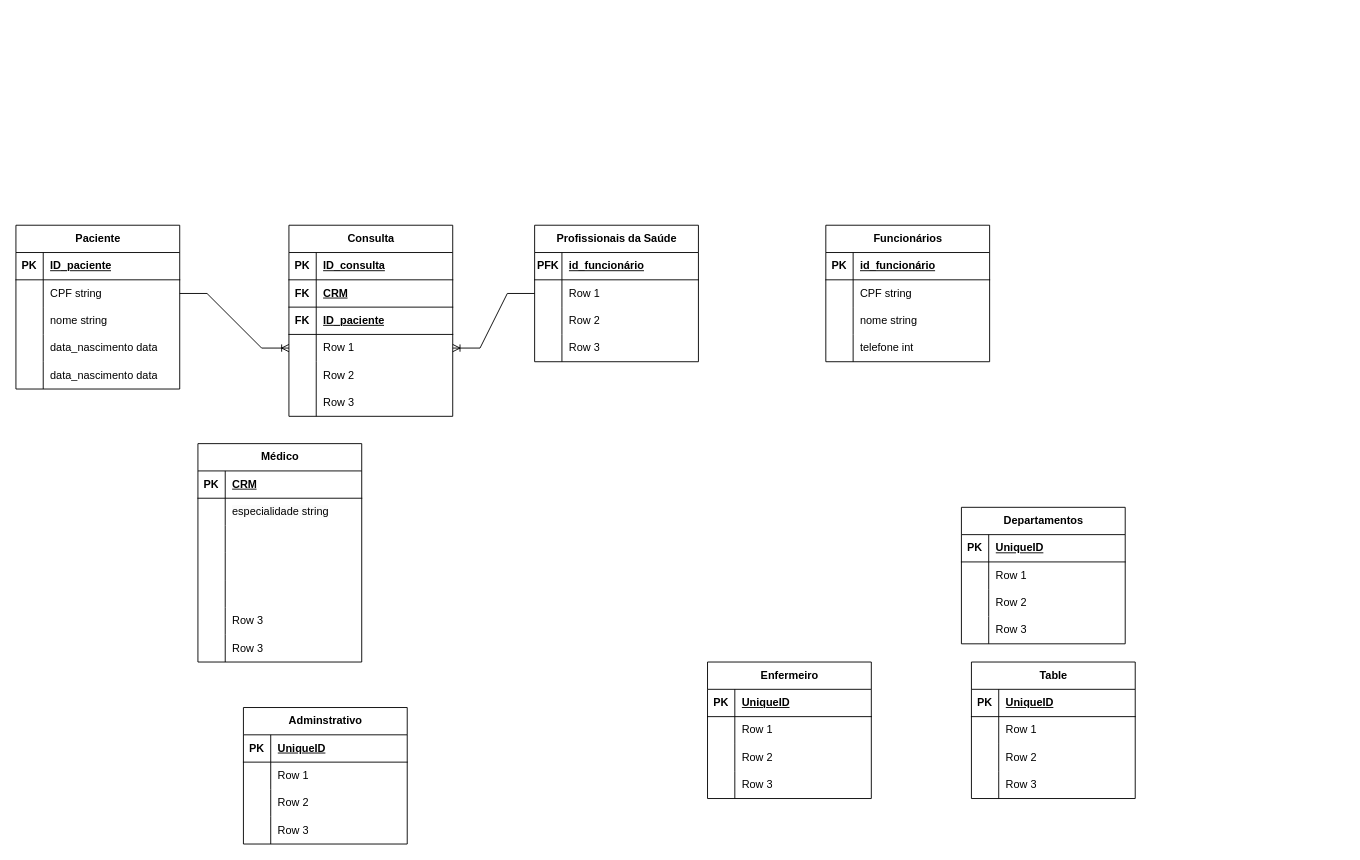
rafasilva9537/projeto_Hospital_BD keeps this draw.io diagram as Modelo Relacional/Modelo Lógico.drawio. Above is the earlier version. Source tidied: cells renumbered, new cells numbered last; positions are measured from the earlier drawing's top-left corner, leaving out a move shared by most shapes. Both pictures are drawn from the tidied source at 91%, with x=0, y=0 at pixel (15, 225).
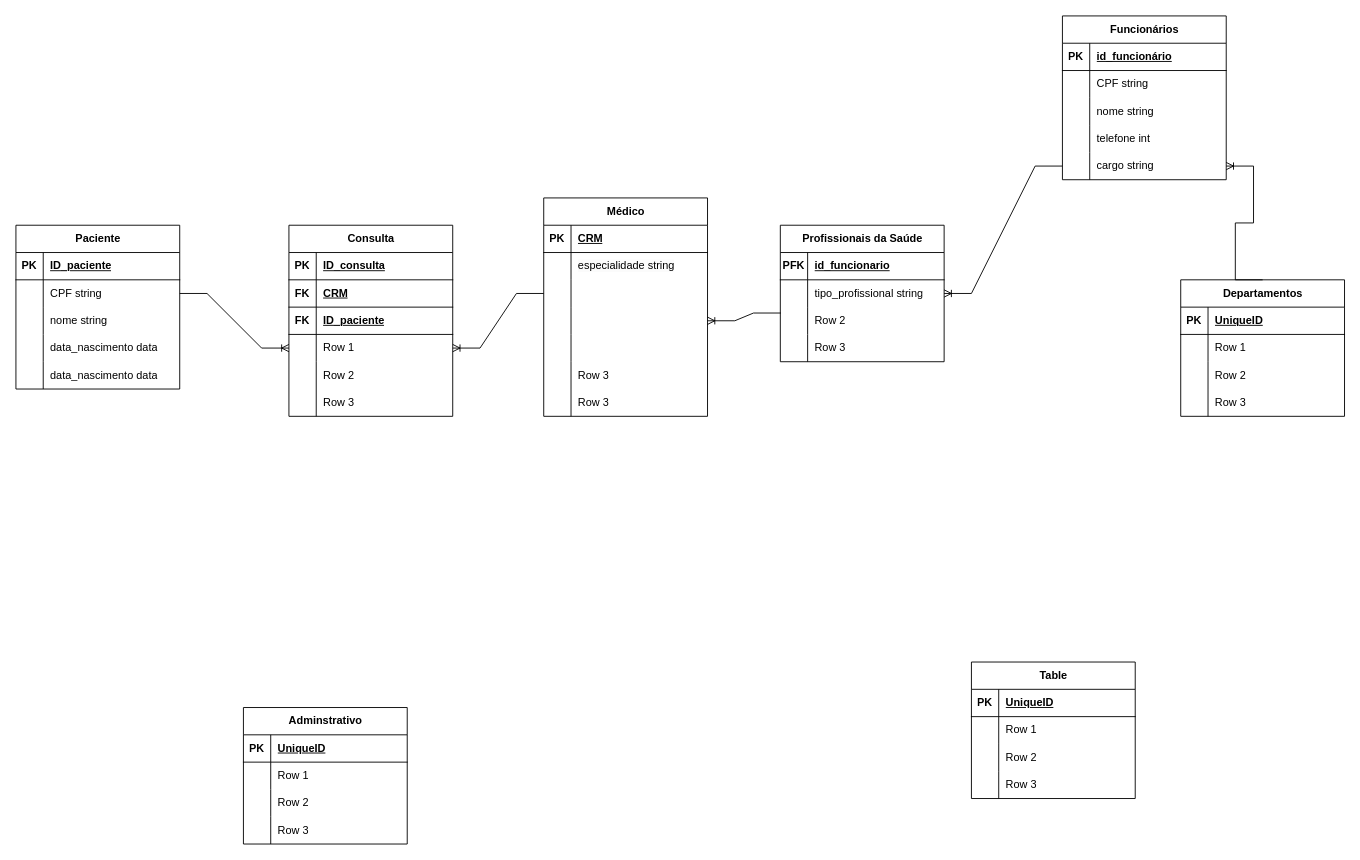
Above is the later version.

The change refers to these unchanged cells:
```xml
<mxCell id="93" style="shape=tableRow;horizontal=0;startSize=0;swimlaneHead=0;swimlaneBody=0;fillColor=none;points=[[0,0.5],[1,0.5]];portConstraint=eastwest;top=0;left=0;right=0;bottom=0;" parent="83" vertex="1">
  <mxGeometry y="120" width="180" height="30" as="geometry" />
</mxCell>
<mxCell id="109" style="shape=tableRow;horizontal=0;startSize=0;swimlaneHead=0;swimlaneBody=0;fillColor=none;points=[[0,0.5],[1,0.5]];portConstraint=eastwest;top=0;left=0;right=0;bottom=0;" parent="102" vertex="1">
  <mxGeometry y="90" width="180" height="30" as="geometry" />
</mxCell>
<mxCell id="112" style="shape=tableRow;horizontal=0;startSize=0;swimlaneHead=0;swimlaneBody=0;fillColor=none;points=[[0,0.5],[1,0.5]];portConstraint=eastwest;top=0;left=0;right=0;bottom=0;" parent="102" vertex="1">
  <mxGeometry y="120" width="180" height="30" as="geometry" />
</mxCell>
```

The edit, as a diff of the source:
```diff
@@
     <mxCell id="2" value="Departamentos" style="shape=table;startSize=30;childLayout=tableLayout;rowLines=0;fontStyle=1;align=center;html=1;" parent="1" vertex="1">
-      <mxGeometry x="1039" y="310" width="180" height="150" as="geometry" />
+      <mxGeometry x="1280" y="60" width="180" height="150" as="geometry" />
     </mxCell>
@@
     <mxCell id="15" value="Funcionários" style="shape=table;startSize=30;childLayout=tableLayout;rowLines=0;fontStyle=1;align=center;html=1;" parent="1" vertex="1">
-      <mxGeometry x="890" width="180" height="150" as="geometry" />
+      <mxGeometry x="1150" y="-230" width="180" height="180" as="geometry" />
     </mxCell>
@@
+    <mxCell id="139" style="shape=tableRow;horizontal=0;startSize=0;swimlaneHead=0;swimlaneBody=0;fillColor=none;top=0;left=0;right=0;bottom=0;" parent="15" vertex="1">
+      <mxGeometry y="120" width="180" height="30" as="geometry" />
+    </mxCell>
+    <mxCell id="140" style="shape=partialRectangle;fillColor=none;top=0;left=0;bottom=0;right=0;overflow=hidden;whiteSpace=wrap;html=1;" parent="139" vertex="1">
+      <mxGeometry width="30" height="30" as="geometry" />
+    </mxCell>
+    <mxCell id="141" value="telefone int" style="shape=partialRectangle;fillColor=none;top=0;left=0;bottom=0;right=0;align=left;spacingLeft=6;overflow=hidden;whiteSpace=wrap;html=1;" parent="139" vertex="1">
+      <mxGeometry x="30" width="150" height="30" as="geometry" />
+    </mxCell>
     <mxCell id="25" style="shape=tableRow;horizontal=0;startSize=0;swimlaneHead=0;swimlaneBody=0;fillColor=none;points=[[0,0.5],[1,0.5]];portConstraint=eastwest;top=0;left=0;right=0;bottom=0;" parent="15" vertex="1">
-      <mxGeometry y="120" width="180" height="30" as="geometry" />
+      <mxGeometry y="150" width="180" height="30" as="geometry" />
     </mxCell>
@@
-    <mxCell id="27" value="telefone int" style="shape=partialRectangle;fillColor=none;top=0;left=0;bottom=0;right=0;align=left;spacingLeft=6;overflow=hidden;whiteSpace=wrap;html=1;" parent="25" vertex="1">
+    <mxCell id="27" value="cargo string" style="shape=partialRectangle;fillColor=none;top=0;left=0;bottom=0;right=0;align=left;spacingLeft=6;overflow=hidden;whiteSpace=wrap;html=1;" parent="25" vertex="1">
       <mxGeometry x="30" width="150" height="30" as="geometry" />
     </mxCell>
-    <mxCell id="28" value="Profissionais da Saúde" style="shape=table;startSize=30;childLayout=tableLayout;rowLines=0;fontStyle=1;align=center;html=1;" parent="1" vertex="1">
-      <mxGeometry x="570" width="180" height="150" as="geometry" />
-    </mxCell>
-    <mxCell id="29" style="shape=tableRow;horizontal=0;startSize=0;swimlaneHead=0;swimlaneBody=0;fillColor=none;top=0;left=0;right=0;bottom=1;" parent="28" vertex="1">
-      <mxGeometry y="30" width="180" height="30" as="geometry" />
-    </mxCell>
-    <mxCell id="30" value="PFK" style="shape=partialRectangle;fillColor=none;top=0;left=0;bottom=0;right=0;fontStyle=1;overflow=hidden;whiteSpace=wrap;html=1;" parent="29" vertex="1">
-      <mxGeometry width="30" height="30" as="geometry" />
-    </mxCell>
-    <mxCell id="31" value="id_funcionário" style="shape=partialRectangle;fillColor=none;top=0;left=0;bottom=0;right=0;align=left;spacingLeft=6;fontStyle=5;overflow=hidden;whiteSpace=wrap;html=1;" parent="29" vertex="1">
-      <mxGeometry x="30" width="150" height="30" as="geometry" />
-    </mxCell>
-    <mxCell id="32" style="shape=tableRow;horizontal=0;startSize=0;swimlaneHead=0;swimlaneBody=0;fillColor=none;points=[[0,0.5],[1,0.5]];portConstraint=eastwest;top=0;left=0;right=0;bottom=0;" parent="28" vertex="1">
-      <mxGeometry y="60" width="180" height="30" as="geometry" />
-    </mxCell>
-    <mxCell id="33" style="shape=partialRectangle;fillColor=none;top=0;left=0;bottom=0;right=0;overflow=hidden;whiteSpace=wrap;html=1;" parent="32" vertex="1">
-      <mxGeometry width="30" height="30" as="geometry" />
-    </mxCell>
-    <mxCell id="34" value="Row 1" style="shape=partialRectangle;fillColor=none;top=0;left=0;bottom=0;right=0;align=left;spacingLeft=6;overflow=hidden;whiteSpace=wrap;html=1;" parent="32" vertex="1">
-      <mxGeometry x="30" width="150" height="30" as="geometry" />
-    </mxCell>
-    <mxCell id="35" style="shape=tableRow;horizontal=0;startSize=0;swimlaneHead=0;swimlaneBody=0;fillColor=none;top=0;left=0;right=0;bottom=0;" parent="28" vertex="1">
-      <mxGeometry y="90" width="180" height="30" as="geometry" />
-    </mxCell>
-    <mxCell id="36" style="shape=partialRectangle;fillColor=none;top=0;left=0;bottom=0;right=0;overflow=hidden;whiteSpace=wrap;html=1;" parent="35" vertex="1">
-      <mxGeometry width="30" height="30" as="geometry" />
-    </mxCell>
-    <mxCell id="37" value="Row 2" style="shape=partialRectangle;fillColor=none;top=0;left=0;bottom=0;right=0;align=left;spacingLeft=6;overflow=hidden;whiteSpace=wrap;html=1;" parent="35" vertex="1">
-      <mxGeometry x="30" width="150" height="30" as="geometry" />
-    </mxCell>
-    <mxCell id="38" style="shape=tableRow;horizontal=0;startSize=0;swimlaneHead=0;swimlaneBody=0;fillColor=none;top=0;left=0;right=0;bottom=0;" parent="28" vertex="1">
-      <mxGeometry y="120" width="180" height="30" as="geometry" />
-    </mxCell>
-    <mxCell id="39" style="shape=partialRectangle;fillColor=none;top=0;left=0;bottom=0;right=0;overflow=hidden;whiteSpace=wrap;html=1;" parent="38" vertex="1">
-      <mxGeometry width="30" height="30" as="geometry" />
-    </mxCell>
-    <mxCell id="40" value="Row 3" style="shape=partialRectangle;fillColor=none;top=0;left=0;bottom=0;right=0;align=left;spacingLeft=6;overflow=hidden;whiteSpace=wrap;html=1;" parent="38" vertex="1">
-      <mxGeometry x="30" width="150" height="30" as="geometry" />
-    </mxCell>
@@
     <mxCell id="102" value="Médico" style="shape=table;startSize=30;childLayout=tableLayout;rowLines=0;fontStyle=1;align=center;html=1;" parent="1" vertex="1">
-      <mxGeometry x="200" y="240" width="180" height="240" as="geometry" />
+      <mxGeometry x="580" y="-30" width="180" height="240" as="geometry" />
     </mxCell>
@@
-    <mxCell id="124" value="Enfermeiro" style="shape=table;startSize=30;childLayout=tableLayout;rowLines=0;fontStyle=1;align=center;html=1;" parent="1" vertex="1">
-      <mxGeometry x="760" y="480" width="180" height="150" as="geometry" />
-    </mxCell>
-    <mxCell id="125" style="shape=tableRow;horizontal=0;startSize=0;swimlaneHead=0;swimlaneBody=0;fillColor=none;top=0;left=0;right=0;bottom=1;" parent="124" vertex="1">
-      <mxGeometry y="30" width="180" height="30" as="geometry" />
-    </mxCell>
-    <mxCell id="126" value="PK" style="shape=partialRectangle;fillColor=none;top=0;left=0;bottom=0;right=0;fontStyle=1;overflow=hidden;whiteSpace=wrap;html=1;" parent="125" vertex="1">
-      <mxGeometry width="30" height="30" as="geometry" />
-    </mxCell>
-    <mxCell id="127" value="UniqueID" style="shape=partialRectangle;fillColor=none;top=0;left=0;bottom=0;right=0;align=left;spacingLeft=6;fontStyle=5;overflow=hidden;whiteSpace=wrap;html=1;" parent="125" vertex="1">
-      <mxGeometry x="30" width="150" height="30" as="geometry" />
-    </mxCell>
-    <mxCell id="128" style="shape=tableRow;horizontal=0;startSize=0;swimlaneHead=0;swimlaneBody=0;fillColor=none;top=0;left=0;right=0;bottom=0;" parent="124" vertex="1">
-      <mxGeometry y="60" width="180" height="30" as="geometry" />
-    </mxCell>
-    <mxCell id="129" style="shape=partialRectangle;fillColor=none;top=0;left=0;bottom=0;right=0;overflow=hidden;whiteSpace=wrap;html=1;" parent="128" vertex="1">
-      <mxGeometry width="30" height="30" as="geometry" />
-    </mxCell>
-    <mxCell id="130" value="Row 1" style="shape=partialRectangle;fillColor=none;top=0;left=0;bottom=0;right=0;align=left;spacingLeft=6;overflow=hidden;whiteSpace=wrap;html=1;" parent="128" vertex="1">
-      <mxGeometry x="30" width="150" height="30" as="geometry" />
-    </mxCell>
-    <mxCell id="131" style="shape=tableRow;horizontal=0;startSize=0;swimlaneHead=0;swimlaneBody=0;fillColor=none;top=0;left=0;right=0;bottom=0;" parent="124" vertex="1">
-      <mxGeometry y="90" width="180" height="30" as="geometry" />
-    </mxCell>
-    <mxCell id="132" style="shape=partialRectangle;fillColor=none;top=0;left=0;bottom=0;right=0;overflow=hidden;whiteSpace=wrap;html=1;" parent="131" vertex="1">
-      <mxGeometry width="30" height="30" as="geometry" />
-    </mxCell>
-    <mxCell id="133" value="Row 2" style="shape=partialRectangle;fillColor=none;top=0;left=0;bottom=0;right=0;align=left;spacingLeft=6;overflow=hidden;whiteSpace=wrap;html=1;" parent="131" vertex="1">
-      <mxGeometry x="30" width="150" height="30" as="geometry" />
-    </mxCell>
-    <mxCell id="134" style="shape=tableRow;horizontal=0;startSize=0;swimlaneHead=0;swimlaneBody=0;fillColor=none;top=0;left=0;right=0;bottom=0;" parent="124" vertex="1">
-      <mxGeometry y="120" width="180" height="30" as="geometry" />
-    </mxCell>
-    <mxCell id="135" style="shape=partialRectangle;fillColor=none;top=0;left=0;bottom=0;right=0;overflow=hidden;whiteSpace=wrap;html=1;" parent="134" vertex="1">
-      <mxGeometry width="30" height="30" as="geometry" />
-    </mxCell>
-    <mxCell id="136" value="Row 3" style="shape=partialRectangle;fillColor=none;top=0;left=0;bottom=0;right=0;align=left;spacingLeft=6;overflow=hidden;whiteSpace=wrap;html=1;" parent="134" vertex="1">
-      <mxGeometry x="30" width="150" height="30" as="geometry" />
-    </mxCell>
@@
-    <mxCell id="138" style="edgeStyle=entityRelationEdgeStyle;fontSize=12;html=1;endArrow=ERoneToMany;rounded=0;entryX=1;entryY=0.5;entryDx=0;entryDy=0;exitX=0;exitY=0.5;exitDx=0;exitDy=0;" parent="1" edge="1" source="32" target="93">
+    <mxCell id="138" style="edgeStyle=entityRelationEdgeStyle;fontSize=12;html=1;endArrow=ERoneToMany;rounded=0;entryX=1;entryY=0.5;entryDx=0;entryDy=0;exitX=0;exitY=0.5;exitDx=0;exitDy=0;" parent="1" edge="1" source="109" target="93">
       <mxGeometry relative="1" as="geometry" />
     </mxCell>
+    <mxCell id="142" style="edgeStyle=entityRelationEdgeStyle;fontSize=12;html=1;endArrow=ERoneToMany;rounded=0;entryX=1;entryY=0.5;entryDx=0;entryDy=0;exitX=0.5;exitY=0;exitDx=0;exitDy=0;" parent="1" edge="1" source="2" target="25">
+      <mxGeometry relative="1" as="geometry" />
+    </mxCell>
+    <mxCell id="28" value="Profissionais da Saúde" style="shape=table;startSize=30;childLayout=tableLayout;rowLines=0;fontStyle=1;align=center;html=1;" parent="1" vertex="1">
+      <mxGeometry x="840" width="180" height="150" as="geometry" />
+    </mxCell>
+    <mxCell id="143" style="shape=tableRow;horizontal=0;startSize=0;swimlaneHead=0;swimlaneBody=0;fillColor=none;top=0;left=0;right=0;bottom=1;" parent="28" vertex="1">
+      <mxGeometry y="30" width="180" height="30" as="geometry" />
+    </mxCell>
+    <mxCell id="30" value="PFK" style="shape=partialRectangle;fillColor=none;top=0;left=0;bottom=0;right=0;fontStyle=1;overflow=hidden;whiteSpace=wrap;html=1;" parent="143" vertex="1">
+      <mxGeometry width="30" height="30" as="geometry" />
+    </mxCell>
+    <mxCell id="144" value="id_funcionario" style="shape=partialRectangle;fillColor=none;top=0;left=0;bottom=0;right=0;align=left;spacingLeft=6;fontStyle=5;overflow=hidden;whiteSpace=wrap;html=1;" parent="143" vertex="1">
+      <mxGeometry x="30" width="150" height="30" as="geometry" />
+    </mxCell>
+    <mxCell id="145" style="shape=tableRow;horizontal=0;startSize=0;swimlaneHead=0;swimlaneBody=0;fillColor=none;points=[[0,0.5],[1,0.5]];portConstraint=eastwest;top=0;left=0;right=0;bottom=0;" parent="28" vertex="1">
+      <mxGeometry y="60" width="180" height="30" as="geometry" />
+    </mxCell>
+    <mxCell id="146" style="shape=partialRectangle;fillColor=none;top=0;left=0;bottom=0;right=0;overflow=hidden;whiteSpace=wrap;html=1;" parent="145" vertex="1">
+      <mxGeometry width="30" height="30" as="geometry" />
+    </mxCell>
+    <mxCell id="147" value="tipo_profissional string" style="shape=partialRectangle;fillColor=none;top=0;left=0;bottom=0;right=0;align=left;spacingLeft=6;overflow=hidden;whiteSpace=wrap;html=1;" parent="145" vertex="1">
+      <mxGeometry x="30" width="150" height="30" as="geometry" />
+    </mxCell>
+    <mxCell id="148" style="shape=tableRow;horizontal=0;startSize=0;swimlaneHead=0;swimlaneBody=0;fillColor=none;points=[[0,0.5],[1,0.5]];portConstraint=eastwest;top=0;left=0;right=0;bottom=0;" parent="28" vertex="1">
+      <mxGeometry y="90" width="180" height="30" as="geometry" />
+    </mxCell>
+    <mxCell id="149" style="shape=partialRectangle;fillColor=none;top=0;left=0;bottom=0;right=0;overflow=hidden;whiteSpace=wrap;html=1;" parent="148" vertex="1">
+      <mxGeometry width="30" height="30" as="geometry" />
+    </mxCell>
+    <mxCell id="150" value="Row 2" style="shape=partialRectangle;fillColor=none;top=0;left=0;bottom=0;right=0;align=left;spacingLeft=6;overflow=hidden;whiteSpace=wrap;html=1;" parent="148" vertex="1">
+      <mxGeometry x="30" width="150" height="30" as="geometry" />
+    </mxCell>
+    <mxCell id="151" style="shape=tableRow;horizontal=0;startSize=0;swimlaneHead=0;swimlaneBody=0;fillColor=none;top=0;left=0;right=0;bottom=0;" parent="28" vertex="1">
+      <mxGeometry y="120" width="180" height="30" as="geometry" />
+    </mxCell>
+    <mxCell id="152" style="shape=partialRectangle;fillColor=none;top=0;left=0;bottom=0;right=0;overflow=hidden;whiteSpace=wrap;html=1;" parent="151" vertex="1">
+      <mxGeometry width="30" height="30" as="geometry" />
+    </mxCell>
+    <mxCell id="153" value="Row 3" style="shape=partialRectangle;fillColor=none;top=0;left=0;bottom=0;right=0;align=left;spacingLeft=6;overflow=hidden;whiteSpace=wrap;html=1;" parent="151" vertex="1">
+      <mxGeometry x="30" width="150" height="30" as="geometry" />
+    </mxCell>
+    <mxCell id="154" style="edgeStyle=entityRelationEdgeStyle;fontSize=12;html=1;endArrow=ERoneToMany;rounded=0;entryX=1;entryY=0.5;entryDx=0;entryDy=0;exitX=0.003;exitY=0.216;exitDx=0;exitDy=0;exitPerimeter=0;" parent="1" edge="1" source="148" target="112">
+      <mxGeometry relative="1" as="geometry" />
+    </mxCell>
+    <mxCell id="155" style="edgeStyle=entityRelationEdgeStyle;fontSize=12;html=1;endArrow=ERoneToMany;rounded=0;exitX=0;exitY=0.5;exitDx=0;exitDy=0;entryX=1;entryY=0.5;entryDx=0;entryDy=0;" parent="1" edge="1" source="25" target="145">
+      <mxGeometry relative="1" as="geometry" />
+    </mxCell>
```
